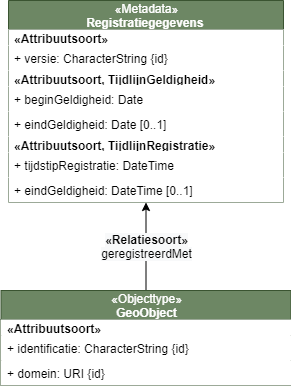
Earlier version of the draw.io export media/nen3610-registratiegegevens.drawio.png (Geonovum/disgeo-demo-3a). Source tidied: cells renumbered, new cells last; positions are measured from the earlier drawing's top-left corner, leaving out a move shared by most shapes.
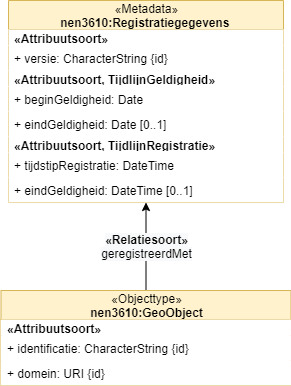
The same file after the commit.

Diff of the diagram source:
```diff
@@ -5,7 +5,7 @@
     <mxCell id="2" value="&lt;span style=&quot;font-size: 12px ; background-color: rgb(248 , 249 , 250)&quot;&gt;&lt;b&gt;«Relatiesoort»&lt;br&gt;&lt;/b&gt;&lt;/span&gt;&lt;span style=&quot;font-size: 12px ; background-color: rgb(248 , 249 , 250)&quot;&gt;geregistreerdMet&lt;/span&gt;" style="rounded=0;jettySize=auto;html=1;" parent="1" edge="1" source="3" target="7">
       <mxGeometry relative="1" as="geometry" />
     </mxCell>
-    <mxCell id="3" value="&lt;span style=&quot;font-weight: 400&quot;&gt;«Objecttype»&lt;/span&gt;&lt;br style=&quot;font-weight: 400&quot;&gt;GeoObject" style="swimlane;fontStyle=1;align=center;verticalAlign=middle;horizontal=1;startSize=29;html=1;fillColor=#6d8764;strokeColor=#3A5431;fontColor=#ffffff;" parent="1" vertex="1">
+    <mxCell id="3" value="&lt;span style=&quot;font-weight: 400&quot;&gt;«Objecttype»&lt;/span&gt;&lt;br style=&quot;font-weight: 400&quot;&gt;nen3610:GeoObject" style="swimlane;fontStyle=1;align=center;verticalAlign=middle;horizontal=1;startSize=29;html=1;fillColor=#fff2cc;strokeColor=#d6b656;" parent="1" vertex="1">
       <mxGeometry x="0.5" y="290" width="290" height="95" as="geometry" />
     </mxCell>
     <mxCell id="4" value="&lt;span style=&quot;text-align: center&quot;&gt;&lt;b&gt;«Attribuutsoort»&lt;/b&gt;&lt;/span&gt;" style="text;html=1;align=left;verticalAlign=middle;spacingLeft=4;spacingRight=4;overflow=hidden;fillColor=#ffffff;" parent="3" vertex="1">
@@ -17,7 +17,7 @@
     <mxCell id="6" value="+ domein: URI {id}" style="text;html=1;align=left;verticalAlign=middle;spacingLeft=4;spacingRight=4;overflow=hidden;fillColor=#ffffff;" parent="3" vertex="1">
       <mxGeometry y="70" width="290" height="25" as="geometry" />
     </mxCell>
-    <mxCell id="7" value="&lt;span style=&quot;font-weight: 400&quot;&gt;«Metadata»&lt;/span&gt;&lt;br style=&quot;font-weight: 400&quot;&gt;Registratiegegevens&amp;nbsp;" style="swimlane;fontStyle=1;align=center;verticalAlign=middle;horizontal=1;startSize=29;html=1;fillColor=#6d8764;strokeColor=#3A5431;fontColor=#ffffff;" parent="1" vertex="1">
+    <mxCell id="7" value="&lt;span style=&quot;font-weight: 400&quot;&gt;«Metadata»&lt;/span&gt;&lt;br style=&quot;font-weight: 400&quot;&gt;nen3610:Registratiegegevens&amp;nbsp;" style="swimlane;fontStyle=1;align=center;verticalAlign=middle;horizontal=1;startSize=29;html=1;fillColor=#fff2cc;strokeColor=#d6b656;" parent="1" vertex="1">
       <mxGeometry x="8" width="275" height="202" as="geometry" />
     </mxCell>
     <mxCell id="8" value="&lt;span style=&quot;text-align: center&quot;&gt;&lt;b&gt;«Attribuutsoort»&lt;/b&gt;&lt;/span&gt;" style="text;html=1;align=left;verticalAlign=middle;spacingLeft=4;spacingRight=4;overflow=hidden;fillColor=#ffffff;" parent="7" vertex="1">
```
